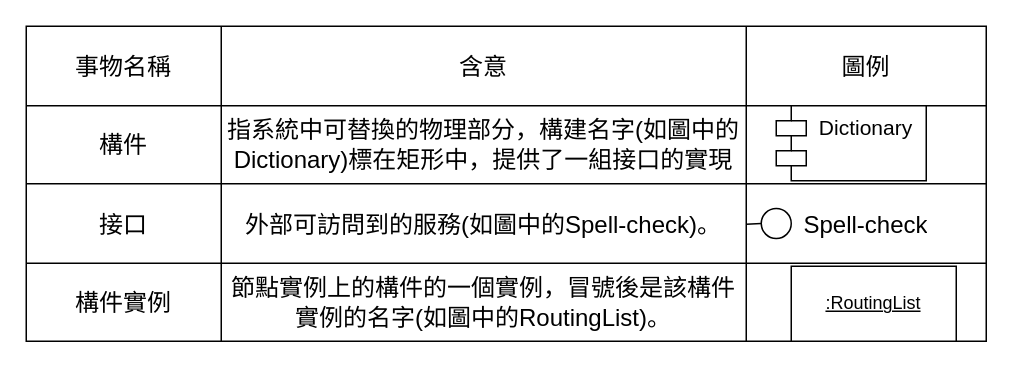
This is 1.drawio from rekcahtsebeht/SM, a draw.io file, before an edit. Source tidied: cells renumbered, new cells numbered last; positions are measured from the earlier drawing's top-left corner, leaving out a move shared by most shapes. Both pictures are drawn from the tidied source at 150%, with x=0, y=0 at pixel (26, 26).
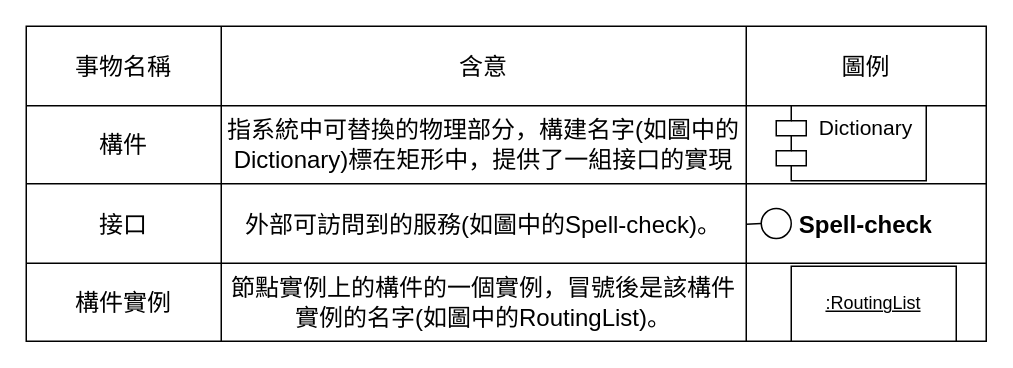
The same diagram, later.

The change refers to these unchanged cells:
```xml
<mxCell id="11" style="shape=tableRow;horizontal=0;startSize=0;swimlaneHead=0;swimlaneBody=0;strokeColor=inherit;top=0;left=0;bottom=0;right=0;fillColor=none;fontSize=16;" parent="2" vertex="1">
  <mxGeometry y="105" width="640" height="53" as="geometry" />
</mxCell>
```

Diff of the diagram source:
```diff
@@
-    <mxCell id="14" value="Spell-check" style="shape=partialRectangle;html=1;whiteSpace=wrap;strokeColor=inherit;overflow=hidden;fillColor=none;top=0;left=0;bottom=0;right=0;fontSize=16;" parent="11" vertex="1">
+    <mxCell id="14" value="&lt;b&gt;Spell-check&lt;/b&gt;" style="shape=partialRectangle;html=1;whiteSpace=wrap;strokeColor=inherit;overflow=hidden;fillColor=none;top=0;left=0;bottom=0;right=0;fontSize=16;" parent="11" vertex="1">
       <mxGeometry x="480" width="160" height="53" as="geometry" />
     </mxCell>
```
